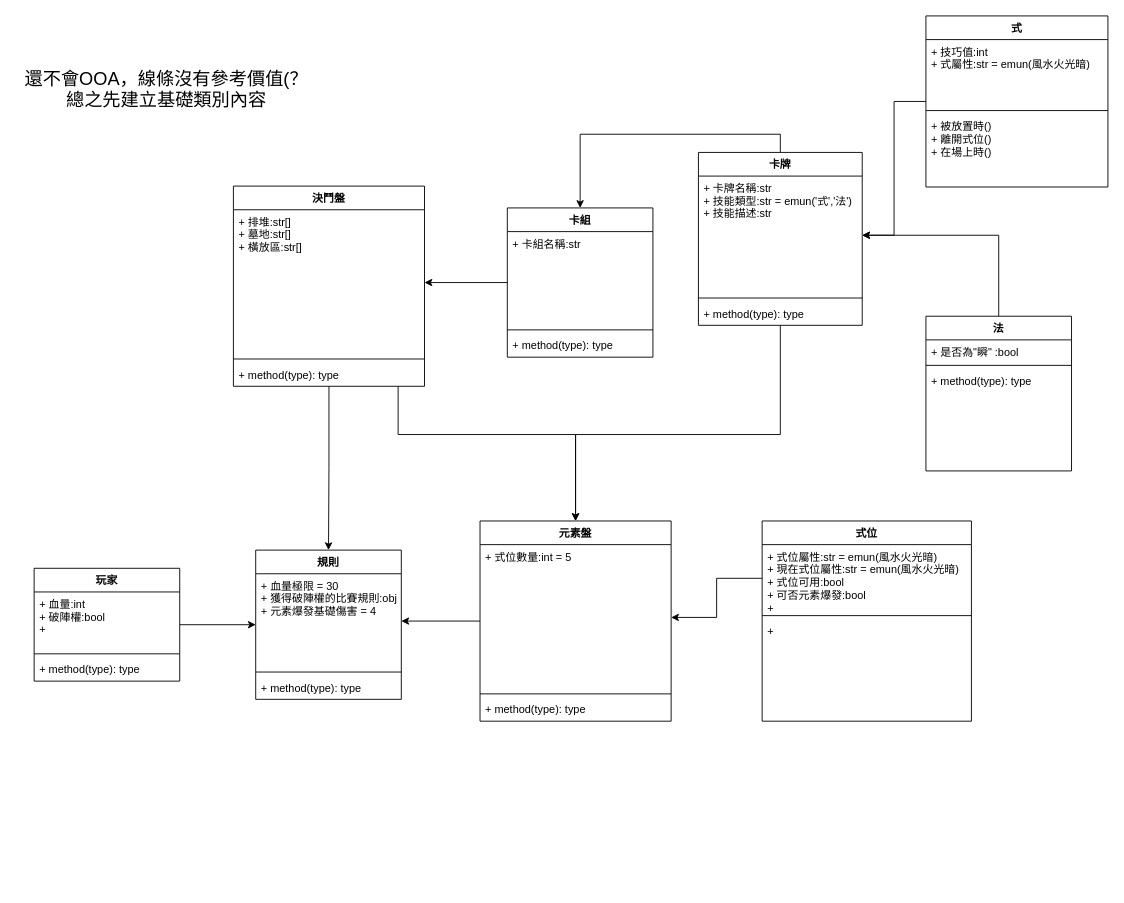
Before: 類別分析.drawio in Game-as-a-Service/Cytus-Rhythm-Revolution, a draw.io diagram. Source tidied: cells renumbered, new cells numbered last; positions are measured from the earlier drawing's top-left corner, leaving out a move shared by most shapes. Both pictures are drawn from the tidied source at 91%, with x=0, y=0 at pixel (15, 15).
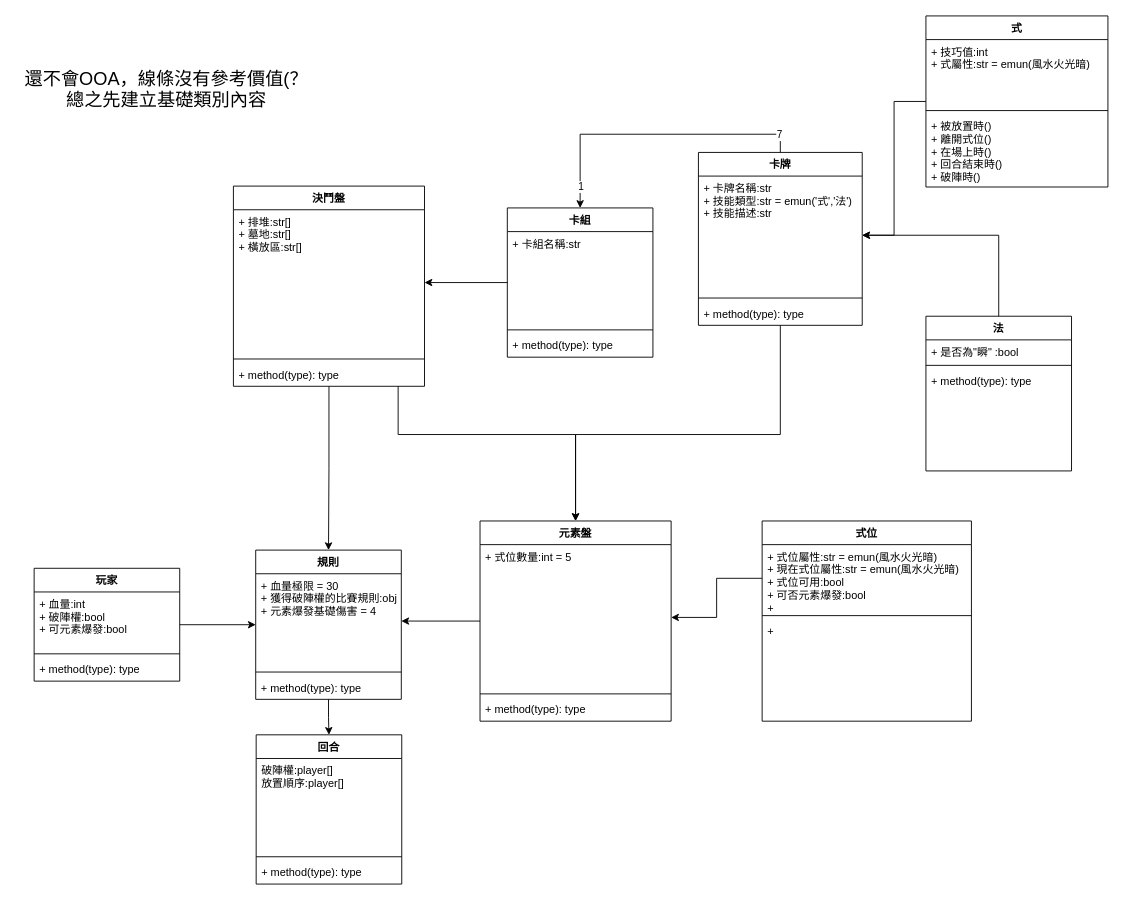
After the change.

Commit message:
🔧 類別分析 套用 "Axion"

對於增加了一個 "回合" 說實在在程式上應該會好用
但他真的是純OOA中會存在的東西嗎？

The change refers to these unchanged cells:
```xml
<mxCell id="8" value="玩家" style="swimlane;fontStyle=1;align=center;verticalAlign=top;horizontal=1;startSize=26;" parent="1" vertex="1">
  <mxGeometry x="20" y="607" width="160" height="124" as="geometry" />
</mxCell>
<mxCell id="17" style="edgeStyle=orthogonalEdgeStyle;rounded=0;jettySize=auto;html=1;exitX=0.5;exitY=0;exitDx=0;exitDy=0;entryX=0.5;entryY=0;entryDx=0;entryDy=0;" parent="1" edge="1" source="19" target="13">
  <mxGeometry relative="1" as="geometry" />
</mxCell>
<mxCell id="23" value="規則" style="swimlane;fontStyle=1;align=center;verticalAlign=top;horizontal=1;startSize=26;" parent="1" vertex="1">
  <mxGeometry x="263.5" y="587" width="160" height="164" as="geometry" />
</mxCell>
<mxCell id="39" value="式" style="swimlane;fontStyle=1;align=center;verticalAlign=top;horizontal=1;startSize=26;" parent="1" vertex="1">
  <mxGeometry x="1000" width="200" height="188" as="geometry" />
</mxCell>
```

Change to the diagram source:
```diff
@@
-    <mxCell id="9" value="+ 血量:int&#10;+ 破陣權:bool&#10;+ &#10;" style="text;strokeColor=none;fillColor=none;align=left;verticalAlign=top;spacingLeft=4;spacingRight=4;overflow=hidden;" parent="8" vertex="1">
+    <mxCell id="9" value="+ 血量:int&#10;+ 破陣權:bool&#10;+ 可元素爆發:bool&#10;" style="text;strokeColor=none;fillColor=none;align=left;verticalAlign=top;spacingLeft=4;spacingRight=4;overflow=hidden;" parent="8" vertex="1">
       <mxGeometry y="26" width="160" height="64" as="geometry" />
     </mxCell>
@@
+    <mxCell id="49" value="7" style="edgeLabel;html=1;align=center;verticalAlign=middle;" parent="17" vertex="1">
+      <mxGeometry x="-0.86" relative="1" as="geometry" />
+    </mxCell>
+    <mxCell id="50" value="1" style="edgeLabel;html=1;align=center;verticalAlign=middle;" parent="17" vertex="1">
+      <mxGeometry x="0.85" relative="1" as="geometry" />
+    </mxCell>
@@
+    <mxCell id="51" style="edgeStyle=orthogonalEdgeStyle;rounded=0;jettySize=auto;html=1;" parent="1" edge="1" source="23" target="52">
+      <mxGeometry relative="1" as="geometry" />
+    </mxCell>
@@
-    <mxCell id="42" value="+ 被放置時()&#10;+ 離開式位()&#10;+ 在場上時()" style="text;strokeColor=none;fillColor=none;align=left;verticalAlign=top;spacingLeft=4;spacingRight=4;overflow=hidden;" parent="39" vertex="1">
+    <mxCell id="42" value="+ 被放置時()&#10;+ 離開式位()&#10;+ 在場上時()&#10;+ 回合結束時()&#10;+ 破陣時()" style="text;strokeColor=none;fillColor=none;align=left;verticalAlign=top;spacingLeft=4;spacingRight=4;overflow=hidden;" parent="39" vertex="1">
       <mxGeometry y="108" width="200" height="80" as="geometry" />
     </mxCell>
@@
+    <mxCell id="52" value="回合" style="swimlane;fontStyle=1;align=center;verticalAlign=top;horizontal=1;startSize=26;" parent="1" vertex="1">
+      <mxGeometry x="264" y="790" width="160" height="164" as="geometry" />
+    </mxCell>
+    <mxCell id="53" value="破陣權:player[]&#10;放置順序:player[]&#10;" style="text;strokeColor=none;fillColor=none;align=left;verticalAlign=top;spacingLeft=4;spacingRight=4;overflow=hidden;" parent="52" vertex="1">
+      <mxGeometry y="26" width="160" height="104" as="geometry" />
+    </mxCell>
+    <mxCell id="54" style="line;strokeWidth=1;fillColor=none;align=left;verticalAlign=middle;spacingTop=-1;spacingLeft=3;spacingRight=3;labelPosition=right;strokeColor=inherit;" parent="52" vertex="1">
+      <mxGeometry y="130" width="160" height="8" as="geometry" />
+    </mxCell>
+    <mxCell id="55" value="+ method(type): type" style="text;strokeColor=none;fillColor=none;align=left;verticalAlign=top;spacingLeft=4;spacingRight=4;overflow=hidden;" parent="52" vertex="1">
+      <mxGeometry y="138" width="160" height="26" as="geometry" />
+    </mxCell>
```
